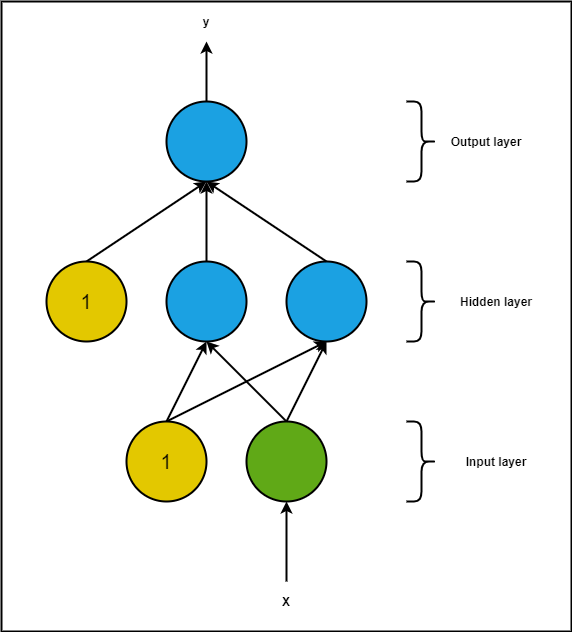
Earlier version of the draw.io export L06/MLP_diagram.png (mortenhaahr/MAL). Source tidied: cells renumbered, new cells last; positions are measured from the earlier drawing's top-left corner, leaving out a move shared by most shapes.
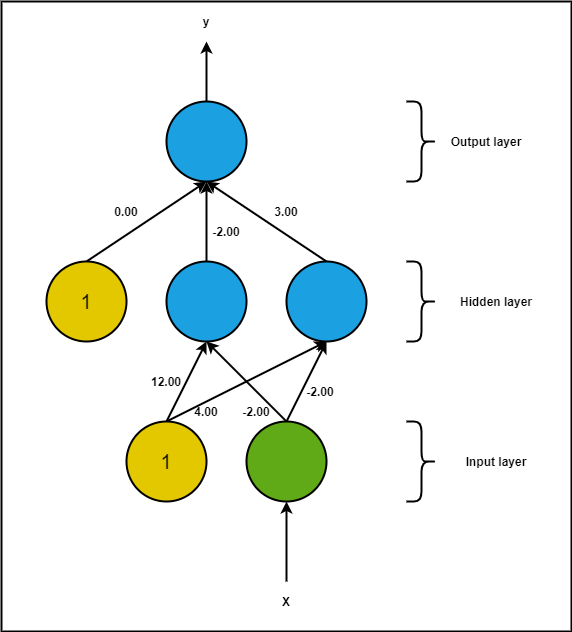
The same diagram one commit later.

Change to the diagram source:
```diff
@@ -84,5 +84,26 @@
     <mxCell id="27" value="&lt;font style=&quot;font-size: 20px&quot; color=&quot;#000000&quot;&gt;1&lt;/font&gt;" style="ellipse;whiteSpace=wrap;html=1;fillColor=#e3c800;fontColor=#ffffff;strokeColor=#000000;strokeWidth=2;" parent="1" vertex="1">
       <mxGeometry x="125" y="420" width="80" height="80" as="geometry" />
     </mxCell>
+    <mxCell id="28" value="&lt;font color=&quot;#000000&quot;&gt;&lt;b&gt;-2.00&lt;/b&gt;&lt;/font&gt;" style="text;html=1;strokeColor=none;fillColor=none;align=center;verticalAlign=middle;whiteSpace=wrap;rounded=0;" parent="1" vertex="1">
+      <mxGeometry x="299" y="380" width="40" height="20" as="geometry" />
+    </mxCell>
+    <mxCell id="29" value="&lt;font color=&quot;#000000&quot;&gt;&lt;b&gt;4.00&lt;/b&gt;&lt;/font&gt;" style="text;html=1;strokeColor=none;fillColor=none;align=center;verticalAlign=middle;whiteSpace=wrap;rounded=0;" parent="1" vertex="1">
+      <mxGeometry x="185" y="400" width="40" height="20" as="geometry" />
+    </mxCell>
+    <mxCell id="30" value="&lt;font color=&quot;#000000&quot;&gt;&lt;b&gt;12.00&lt;/b&gt;&lt;/font&gt;" style="text;html=1;strokeColor=none;fillColor=none;align=center;verticalAlign=middle;whiteSpace=wrap;rounded=0;" parent="1" vertex="1">
+      <mxGeometry x="145" y="370" width="40" height="20" as="geometry" />
+    </mxCell>
+    <mxCell id="31" value="&lt;font color=&quot;#000000&quot;&gt;&lt;b&gt;-2.00&lt;/b&gt;&lt;/font&gt;" style="text;html=1;strokeColor=none;fillColor=none;align=center;verticalAlign=middle;whiteSpace=wrap;rounded=0;" parent="1" vertex="1">
+      <mxGeometry x="235" y="400" width="40" height="20" as="geometry" />
+    </mxCell>
+    <mxCell id="32" value="&lt;font color=&quot;#000000&quot;&gt;&lt;b&gt;3.00&lt;/b&gt;&lt;/font&gt;" style="text;html=1;strokeColor=none;fillColor=none;align=center;verticalAlign=middle;whiteSpace=wrap;rounded=0;" parent="1" vertex="1">
+      <mxGeometry x="265" y="200" width="40" height="20" as="geometry" />
+    </mxCell>
+    <mxCell id="33" value="&lt;font color=&quot;#000000&quot;&gt;&lt;b&gt;-2.00&lt;/b&gt;&lt;/font&gt;" style="text;html=1;strokeColor=none;fillColor=none;align=center;verticalAlign=middle;whiteSpace=wrap;rounded=0;" parent="1" vertex="1">
+      <mxGeometry x="205" y="220" width="40" height="20" as="geometry" />
+    </mxCell>
+    <mxCell id="34" value="&lt;font color=&quot;#000000&quot;&gt;&lt;b&gt;0.00&lt;/b&gt;&lt;/font&gt;" style="text;html=1;strokeColor=none;fillColor=none;align=center;verticalAlign=middle;whiteSpace=wrap;rounded=0;" parent="1" vertex="1">
+      <mxGeometry x="105" y="200" width="40" height="20" as="geometry" />
+    </mxCell>
   </root>
 </mxGraphModel>
```
